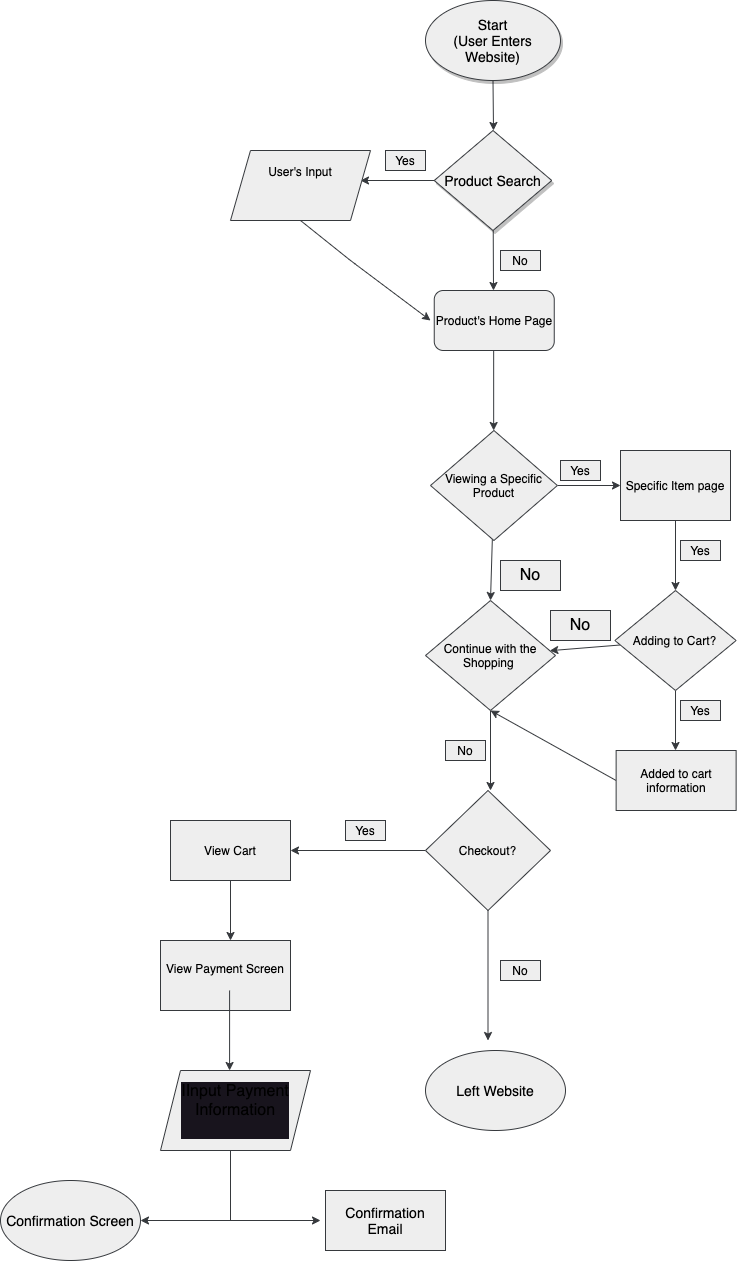
Before: explore/diagramming/diagram.drawio.png, a diagram exported from draw.io (namburiamit/sp23-cse110-lab4). Source tidied: cells renumbered, new cells last; positions are measured from the earlier drawing's top-left corner, leaving out a move shared by most shapes.
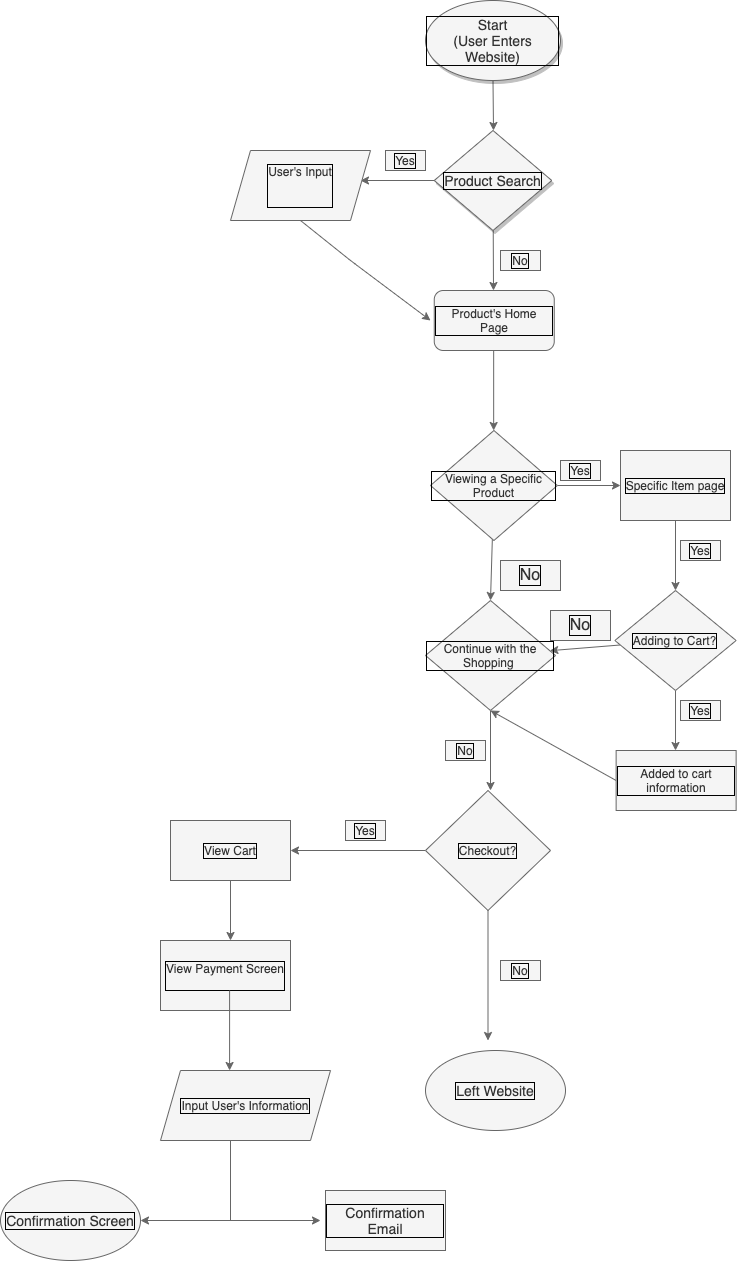
Later version of the same file.

The edit, as a diff of the source:
```diff
@@ -2,40 +2,40 @@
   <root>
     <mxCell id="0" />
     <mxCell id="1" parent="0" />
-    <mxCell id="2" style="edgeStyle=none;fontSize=14;fillColor=#eeeeee;strokeColor=#36393d;fontColor=#000000;" parent="1" edge="1" source="3">
+    <mxCell id="2" style="edgeStyle=none;fontSize=14;fillColor=#f5f5f5;strokeColor=#666666;fontColor=#000000;labelBorderColor=default;" parent="1" edge="1" source="3">
       <mxGeometry relative="1" as="geometry">
         <mxPoint x="493" y="130" as="targetPoint" />
       </mxGeometry>
     </mxCell>
-    <mxCell id="3" value="Start&#10;(User Enters Website)" style="ellipse;whiteSpace=wrap;shadow=1;fontSize=14;fillColor=#eeeeee;strokeColor=#36393d;fontColor=#000000;" parent="1" vertex="1">
+    <mxCell id="3" value="Start&#10;(User Enters Website)" style="ellipse;whiteSpace=wrap;shadow=1;fontSize=14;fillColor=#f5f5f5;strokeColor=#666666;fontColor=#333333;labelBorderColor=default;" parent="1" vertex="1">
       <mxGeometry x="425" width="135" height="80" as="geometry" />
     </mxCell>
-    <mxCell id="4" style="edgeStyle=none;fillColor=#eeeeee;strokeColor=#36393d;fontColor=#000000;" parent="1" edge="1" source="6">
+    <mxCell id="4" style="edgeStyle=none;fillColor=#f5f5f5;strokeColor=#666666;fontColor=#000000;labelBorderColor=default;" parent="1" edge="1" source="6">
       <mxGeometry relative="1" as="geometry">
         <mxPoint x="360" y="180" as="targetPoint" />
       </mxGeometry>
     </mxCell>
-    <mxCell id="5" style="edgeStyle=none;fontColor=#000000;fillColor=#eeeeee;strokeColor=#36393d;" parent="1" edge="1" source="6">
+    <mxCell id="5" style="edgeStyle=none;fontColor=#000000;fillColor=#f5f5f5;strokeColor=#666666;labelBorderColor=default;" parent="1" edge="1" source="6">
       <mxGeometry relative="1" as="geometry">
         <mxPoint x="493" y="290" as="targetPoint" />
       </mxGeometry>
     </mxCell>
-    <mxCell id="6" value="Product Search" style="rhombus;whiteSpace=wrap;shadow=1;fontSize=14;fillColor=#eeeeee;strokeColor=#36393d;fontColor=#000000;" parent="1" vertex="1">
+    <mxCell id="6" value="Product Search" style="rhombus;whiteSpace=wrap;shadow=1;fontSize=14;fillColor=#f5f5f5;strokeColor=#666666;fontColor=#333333;labelBorderColor=default;" parent="1" vertex="1">
       <mxGeometry x="433.8" y="130" width="117.5" height="100" as="geometry" />
     </mxCell>
-    <mxCell id="7" value="Yes" style="text;align=center;verticalAlign=middle;whiteSpace=wrap;rounded=0;fillColor=#eeeeee;strokeColor=#36393d;fontColor=#000000;" parent="1" vertex="1">
+    <mxCell id="7" value="Yes" style="text;align=center;verticalAlign=middle;whiteSpace=wrap;rounded=0;fillColor=#f5f5f5;strokeColor=#666666;fontColor=#333333;labelBorderColor=default;" parent="1" vertex="1">
       <mxGeometry x="385" y="150" width="40" height="20" as="geometry" />
     </mxCell>
-    <mxCell id="8" value="User's Input&#10;&#10;" style="shape=parallelogram;perimeter=parallelogramPerimeter;whiteSpace=wrap;fixedSize=1;fillColor=#eeeeee;strokeColor=#36393d;fontColor=#000000;" parent="1" vertex="1">
+    <mxCell id="8" value="User's Input&#10;&#10;" style="shape=parallelogram;perimeter=parallelogramPerimeter;whiteSpace=wrap;fixedSize=1;fillColor=#f5f5f5;strokeColor=#666666;fontColor=#333333;labelBorderColor=default;" parent="1" vertex="1">
       <mxGeometry x="230" y="150" width="140" height="70" as="geometry" />
     </mxCell>
-    <mxCell id="9" value="Product's Home Page" style="rounded=1;whiteSpace=wrap;fillColor=#eeeeee;strokeColor=#36393d;fontColor=#000000;" parent="1" vertex="1">
+    <mxCell id="9" value="Product's Home Page" style="rounded=1;whiteSpace=wrap;fillColor=#f5f5f5;strokeColor=#666666;fontColor=#333333;labelBorderColor=default;" parent="1" vertex="1">
       <mxGeometry x="433.8" y="290" width="120" height="60" as="geometry" />
     </mxCell>
-    <mxCell id="10" value="No" style="text;align=center;verticalAlign=middle;whiteSpace=wrap;rounded=0;fillColor=#eeeeee;strokeColor=#36393d;fontColor=#000000;" parent="1" vertex="1">
+    <mxCell id="10" value="No" style="text;align=center;verticalAlign=middle;whiteSpace=wrap;rounded=0;fillColor=#f5f5f5;strokeColor=#666666;fontColor=#333333;labelBorderColor=default;" parent="1" vertex="1">
       <mxGeometry x="500" y="250" width="40" height="20" as="geometry" />
     </mxCell>
-    <mxCell id="11" style="edgeStyle=none;exitX=0.5;exitY=1;exitDx=0;exitDy=0;fillColor=#eeeeee;strokeColor=#36393d;fontColor=#000000;" parent="1" edge="1" source="8">
+    <mxCell id="11" style="edgeStyle=none;exitX=0.5;exitY=1;exitDx=0;exitDy=0;fillColor=#f5f5f5;strokeColor=#666666;fontColor=#000000;labelBorderColor=default;" parent="1" edge="1" source="8">
       <mxGeometry relative="1" as="geometry">
         <mxPoint x="430" y="320" as="targetPoint" />
         <Array as="points">
@@ -43,138 +43,138 @@
         </Array>
       </mxGeometry>
     </mxCell>
-    <mxCell id="12" style="edgeStyle=none;fontColor=#000000;fillColor=#eeeeee;strokeColor=#36393d;" parent="1" edge="1">
+    <mxCell id="12" style="edgeStyle=none;fontColor=#000000;fillColor=#f5f5f5;strokeColor=#666666;labelBorderColor=default;" parent="1" edge="1">
       <mxGeometry relative="1" as="geometry">
         <mxPoint x="493.2" y="350" as="sourcePoint" />
         <mxPoint x="493.2" y="430" as="targetPoint" />
       </mxGeometry>
     </mxCell>
-    <mxCell id="13" style="edgeStyle=none;entryX=0;entryY=0.5;entryDx=0;entryDy=0;fontColor=#000000;fillColor=#eeeeee;strokeColor=#36393d;" parent="1" edge="1" source="15" target="17">
+    <mxCell id="13" style="edgeStyle=none;entryX=0;entryY=0.5;entryDx=0;entryDy=0;fontColor=#000000;fillColor=#f5f5f5;strokeColor=#666666;labelBorderColor=default;" parent="1" edge="1" source="15" target="17">
       <mxGeometry relative="1" as="geometry" />
     </mxCell>
-    <mxCell id="14" style="edgeStyle=none;entryX=0.5;entryY=0;entryDx=0;entryDy=0;fontColor=#000000;fillColor=#eeeeee;strokeColor=#36393d;" parent="1" edge="1" source="15" target="27">
+    <mxCell id="14" style="edgeStyle=none;entryX=0.5;entryY=0;entryDx=0;entryDy=0;fontColor=#000000;fillColor=#f5f5f5;strokeColor=#666666;labelBorderColor=default;" parent="1" edge="1" source="15" target="27">
       <mxGeometry relative="1" as="geometry" />
     </mxCell>
-    <mxCell id="15" value="Viewing a Specific Product" style="rhombus;whiteSpace=wrap;fillColor=#eeeeee;strokeColor=#36393d;fontColor=#000000;" parent="1" vertex="1">
+    <mxCell id="15" value="Viewing a Specific Product" style="rhombus;whiteSpace=wrap;fillColor=#f5f5f5;strokeColor=#666666;fontColor=#333333;labelBorderColor=default;" parent="1" vertex="1">
       <mxGeometry x="430" y="430" width="126.9" height="110" as="geometry" />
     </mxCell>
-    <mxCell id="16" style="edgeStyle=none;fontColor=#000000;fillColor=#eeeeee;strokeColor=#36393d;" parent="1" edge="1" source="17">
+    <mxCell id="16" style="edgeStyle=none;fontColor=#000000;fillColor=#f5f5f5;strokeColor=#666666;labelBorderColor=default;" parent="1" edge="1" source="17">
       <mxGeometry relative="1" as="geometry">
         <mxPoint x="675" y="590" as="targetPoint" />
       </mxGeometry>
     </mxCell>
-    <mxCell id="17" value="Specific Item page" style="whiteSpace=wrap;fillColor=#eeeeee;strokeColor=#36393d;fontColor=#000000;" parent="1" vertex="1">
+    <mxCell id="17" value="Specific Item page" style="whiteSpace=wrap;fillColor=#f5f5f5;strokeColor=#666666;fontColor=#333333;labelBorderColor=default;" parent="1" vertex="1">
       <mxGeometry x="620" y="450" width="110" height="70" as="geometry" />
     </mxCell>
-    <mxCell id="18" value="Yes" style="text;align=center;verticalAlign=middle;whiteSpace=wrap;rounded=0;fillColor=#eeeeee;strokeColor=#36393d;fontColor=#000000;" parent="1" vertex="1">
+    <mxCell id="18" value="Yes" style="text;align=center;verticalAlign=middle;whiteSpace=wrap;rounded=0;fillColor=#f5f5f5;strokeColor=#666666;fontColor=#333333;labelBorderColor=default;" parent="1" vertex="1">
       <mxGeometry x="560" y="460" width="40" height="20" as="geometry" />
     </mxCell>
-    <mxCell id="19" value="Yes" style="text;align=center;verticalAlign=middle;whiteSpace=wrap;rounded=0;fillColor=#eeeeee;strokeColor=#36393d;fontColor=#000000;" parent="1" vertex="1">
+    <mxCell id="19" value="Yes" style="text;align=center;verticalAlign=middle;whiteSpace=wrap;rounded=0;fillColor=#f5f5f5;strokeColor=#666666;fontColor=#333333;labelBorderColor=default;" parent="1" vertex="1">
       <mxGeometry x="680" y="540" width="40" height="20" as="geometry" />
     </mxCell>
-    <mxCell id="20" style="edgeStyle=none;fontColor=#000000;fillColor=#eeeeee;strokeColor=#36393d;" parent="1" edge="1" source="22">
+    <mxCell id="20" style="edgeStyle=none;fontColor=#000000;fillColor=#f5f5f5;strokeColor=#666666;labelBorderColor=default;" parent="1" edge="1" source="22">
       <mxGeometry relative="1" as="geometry">
         <mxPoint x="675" y="750" as="targetPoint" />
       </mxGeometry>
     </mxCell>
-    <mxCell id="21" style="edgeStyle=none;fontColor=#000000;fillColor=#eeeeee;strokeColor=#36393d;" parent="1" edge="1" source="22" target="27">
+    <mxCell id="21" style="edgeStyle=none;fontColor=#000000;fillColor=#f5f5f5;strokeColor=#666666;labelBorderColor=default;" parent="1" edge="1" source="22" target="27">
       <mxGeometry relative="1" as="geometry" />
     </mxCell>
-    <mxCell id="22" value="Adding to Cart?" style="rhombus;whiteSpace=wrap;fillColor=#eeeeee;strokeColor=#36393d;fontColor=#000000;" parent="1" vertex="1">
+    <mxCell id="22" value="Adding to Cart?" style="rhombus;whiteSpace=wrap;fillColor=#f5f5f5;strokeColor=#666666;fontColor=#333333;labelBorderColor=default;" parent="1" vertex="1">
       <mxGeometry x="614.4" y="590" width="121.2" height="100" as="geometry" />
     </mxCell>
-    <mxCell id="23" value="Yes" style="text;align=center;verticalAlign=middle;whiteSpace=wrap;rounded=0;fillColor=#eeeeee;strokeColor=#36393d;fontColor=#000000;" parent="1" vertex="1">
+    <mxCell id="23" value="Yes" style="text;align=center;verticalAlign=middle;whiteSpace=wrap;rounded=0;fillColor=#f5f5f5;strokeColor=#666666;fontColor=#333333;labelBorderColor=default;" parent="1" vertex="1">
       <mxGeometry x="680" y="700" width="40" height="20" as="geometry" />
     </mxCell>
-    <mxCell id="24" style="edgeStyle=none;exitX=0;exitY=0.5;exitDx=0;exitDy=0;entryX=0.5;entryY=1;entryDx=0;entryDy=0;fontColor=#000000;fillColor=#eeeeee;strokeColor=#36393d;" parent="1" edge="1" source="25" target="27">
+    <mxCell id="24" style="edgeStyle=none;exitX=0;exitY=0.5;exitDx=0;exitDy=0;entryX=0.5;entryY=1;entryDx=0;entryDy=0;fontColor=#000000;fillColor=#f5f5f5;strokeColor=#666666;labelBorderColor=default;" parent="1" edge="1" source="25" target="27">
       <mxGeometry relative="1" as="geometry" />
     </mxCell>
-    <mxCell id="25" value="Added to cart information" style="whiteSpace=wrap;fillColor=#eeeeee;strokeColor=#36393d;fontColor=#000000;" parent="1" vertex="1">
+    <mxCell id="25" value="Added to cart information" style="whiteSpace=wrap;fillColor=#f5f5f5;strokeColor=#666666;fontColor=#333333;labelBorderColor=default;" parent="1" vertex="1">
       <mxGeometry x="615.6" y="750" width="120" height="60" as="geometry" />
     </mxCell>
-    <mxCell id="26" style="edgeStyle=none;fontColor=#000000;fillColor=#eeeeee;strokeColor=#36393d;" parent="1" edge="1">
+    <mxCell id="26" style="edgeStyle=none;fontColor=#000000;fillColor=#f5f5f5;strokeColor=#666666;labelBorderColor=default;" parent="1" edge="1">
       <mxGeometry relative="1" as="geometry">
         <mxPoint x="490" y="710" as="sourcePoint" />
         <mxPoint x="490" y="790" as="targetPoint" />
       </mxGeometry>
     </mxCell>
-    <mxCell id="27" value="Continue with the Shopping " style="rhombus;whiteSpace=wrap;fillColor=#eeeeee;strokeColor=#36393d;fontColor=#000000;" parent="1" vertex="1">
+    <mxCell id="27" value="Continue with the Shopping " style="rhombus;whiteSpace=wrap;fillColor=#f5f5f5;strokeColor=#666666;fontColor=#333333;labelBorderColor=default;" parent="1" vertex="1">
       <mxGeometry x="425" y="600" width="130" height="110" as="geometry" />
     </mxCell>
-    <mxCell id="28" value="No" style="text;align=center;verticalAlign=middle;whiteSpace=wrap;rounded=0;fillColor=#eeeeee;strokeColor=#36393d;fontColor=#000000;" parent="1" vertex="1">
+    <mxCell id="28" value="No" style="text;align=center;verticalAlign=middle;whiteSpace=wrap;rounded=0;fillColor=#f5f5f5;strokeColor=#666666;fontColor=#333333;labelBorderColor=default;" parent="1" vertex="1">
       <mxGeometry x="445" y="740" width="40" height="20" as="geometry" />
     </mxCell>
-    <mxCell id="29" style="edgeStyle=none;fontColor=#000000;fillColor=#eeeeee;strokeColor=#36393d;" parent="1" edge="1" source="31">
+    <mxCell id="29" style="edgeStyle=none;fontColor=#000000;fillColor=#f5f5f5;strokeColor=#666666;labelBorderColor=default;" parent="1" edge="1" source="31">
       <mxGeometry relative="1" as="geometry">
         <mxPoint x="290" y="850" as="targetPoint" />
       </mxGeometry>
     </mxCell>
-    <mxCell id="30" style="edgeStyle=none;fontSize=16;fontColor=#000000;fillColor=#eeeeee;strokeColor=#36393d;" parent="1" edge="1" source="31">
+    <mxCell id="30" style="edgeStyle=none;fontSize=16;fontColor=#000000;fillColor=#f5f5f5;strokeColor=#666666;labelBorderColor=default;" parent="1" edge="1" source="31">
       <mxGeometry relative="1" as="geometry">
         <mxPoint x="487.5" y="1040" as="targetPoint" />
       </mxGeometry>
     </mxCell>
-    <mxCell id="31" value="Checkout?" style="rhombus;whiteSpace=wrap;fillColor=#eeeeee;strokeColor=#36393d;fontColor=#000000;" parent="1" vertex="1">
+    <mxCell id="31" value="Checkout?" style="rhombus;whiteSpace=wrap;fillColor=#f5f5f5;strokeColor=#666666;fontColor=#333333;labelBorderColor=default;" parent="1" vertex="1">
       <mxGeometry x="425" y="790" width="125" height="120" as="geometry" />
     </mxCell>
-    <mxCell id="32" value="Yes" style="text;align=center;verticalAlign=middle;whiteSpace=wrap;rounded=0;fillColor=#eeeeee;strokeColor=#36393d;fontColor=#000000;" parent="1" vertex="1">
+    <mxCell id="32" value="Yes" style="text;align=center;verticalAlign=middle;whiteSpace=wrap;rounded=0;fillColor=#f5f5f5;strokeColor=#666666;fontColor=#333333;labelBorderColor=default;" parent="1" vertex="1">
       <mxGeometry x="345" y="820" width="40" height="20" as="geometry" />
     </mxCell>
-    <mxCell id="33" style="edgeStyle=none;fontColor=#000000;fillColor=#eeeeee;strokeColor=#36393d;" parent="1" edge="1" source="34">
+    <mxCell id="33" style="edgeStyle=none;fontColor=#000000;fillColor=#f5f5f5;strokeColor=#666666;labelBorderColor=default;" parent="1" edge="1" source="34">
       <mxGeometry relative="1" as="geometry">
         <mxPoint x="230" y="940" as="targetPoint" />
       </mxGeometry>
     </mxCell>
-    <mxCell id="34" value="View Cart" style="whiteSpace=wrap;fillColor=#eeeeee;strokeColor=#36393d;fontColor=#000000;" parent="1" vertex="1">
+    <mxCell id="34" value="View Cart" style="whiteSpace=wrap;fillColor=#f5f5f5;strokeColor=#666666;fontColor=#333333;labelBorderColor=default;" parent="1" vertex="1">
       <mxGeometry x="170" y="820" width="120" height="60" as="geometry" />
     </mxCell>
-    <mxCell id="35" value="View Payment Screen&#10;" style="whiteSpace=wrap;fillColor=#eeeeee;strokeColor=#36393d;fontColor=#000000;" parent="1" vertex="1">
+    <mxCell id="35" value="View Payment Screen&#10;" style="whiteSpace=wrap;fillColor=#f5f5f5;strokeColor=#666666;fontColor=#333333;labelBorderColor=default;" parent="1" vertex="1">
       <mxGeometry x="160" y="940" width="130" height="70" as="geometry" />
     </mxCell>
-    <mxCell id="36" style="endArrow=none;fontSize=14;fontColor=#000000;exitX=0.5;exitY=1;exitDx=0;exitDy=0;fillColor=#eeeeee;strokeColor=#36393d;" parent="1" edge="1">
+    <mxCell id="36" style="endArrow=none;fontSize=14;fontColor=#000000;exitX=0.5;exitY=1;exitDx=0;exitDy=0;fillColor=#f5f5f5;strokeColor=#666666;labelBorderColor=default;" parent="1" edge="1">
       <mxGeometry relative="1" as="geometry">
         <mxPoint x="230" y="1140" as="sourcePoint" />
         <mxPoint x="230" y="1220" as="targetPoint" />
       </mxGeometry>
     </mxCell>
-    <mxCell id="37" style="edgeStyle=none;fontColor=#000000;fillColor=#eeeeee;strokeColor=#36393d;" parent="1" edge="1">
+    <mxCell id="37" style="edgeStyle=none;fontColor=#000000;fillColor=#f5f5f5;strokeColor=#666666;labelBorderColor=default;" parent="1" edge="1">
       <mxGeometry relative="1" as="geometry">
         <mxPoint x="229.1" y="990" as="sourcePoint" />
         <mxPoint x="229.1" y="1070" as="targetPoint" />
       </mxGeometry>
     </mxCell>
-    <mxCell id="38" style="edgeStyle=none;fontColor=#000000;fillColor=#eeeeee;strokeColor=#36393d;" parent="1" edge="1">
+    <mxCell id="38" style="edgeStyle=none;fontColor=#000000;fillColor=#f5f5f5;strokeColor=#666666;labelBorderColor=default;" parent="1" edge="1">
       <mxGeometry relative="1" as="geometry">
         <mxPoint x="229.1" y="1220" as="sourcePoint" />
         <mxPoint x="320" y="1220" as="targetPoint" />
       </mxGeometry>
     </mxCell>
-    <mxCell id="39" style="edgeStyle=none;fontColor=#000000;fillColor=#eeeeee;strokeColor=#36393d;" parent="1" edge="1">
+    <mxCell id="39" style="edgeStyle=none;fontColor=#000000;fillColor=#f5f5f5;strokeColor=#666666;labelBorderColor=default;" parent="1" edge="1">
       <mxGeometry relative="1" as="geometry">
         <mxPoint x="239.1" y="1220" as="sourcePoint" />
         <mxPoint x="140" y="1220" as="targetPoint" />
       </mxGeometry>
     </mxCell>
-    <mxCell id="40" value="Confirmation Email" style="whiteSpace=wrap;fontSize=14;fillColor=#eeeeee;strokeColor=#36393d;fontColor=#000000;" parent="1" vertex="1">
+    <mxCell id="40" value="Confirmation Email" style="whiteSpace=wrap;fontSize=14;fillColor=#f5f5f5;strokeColor=#666666;fontColor=#333333;labelBorderColor=default;" parent="1" vertex="1">
       <mxGeometry x="325" y="1190" width="120" height="60" as="geometry" />
     </mxCell>
-    <mxCell id="41" value="Confirmation Screen" style="ellipse;whiteSpace=wrap;fontSize=14;fillColor=#eeeeee;strokeColor=#36393d;fontColor=#000000;" parent="1" vertex="1">
+    <mxCell id="41" value="Confirmation Screen" style="ellipse;whiteSpace=wrap;fontSize=14;fillColor=#f5f5f5;strokeColor=#666666;fontColor=#333333;labelBorderColor=default;" parent="1" vertex="1">
       <mxGeometry y="1180" width="140" height="80" as="geometry" />
     </mxCell>
-    <mxCell id="42" value="No" style="text;align=center;verticalAlign=middle;whiteSpace=wrap;rounded=0;fillColor=#eeeeee;strokeColor=#36393d;fontColor=#000000;" parent="1" vertex="1">
+    <mxCell id="42" value="No" style="text;align=center;verticalAlign=middle;whiteSpace=wrap;rounded=0;fillColor=#f5f5f5;strokeColor=#666666;fontColor=#333333;labelBorderColor=default;" parent="1" vertex="1">
       <mxGeometry x="500" y="960" width="40" height="20" as="geometry" />
     </mxCell>
-    <mxCell id="43" value="Left Website" style="ellipse;whiteSpace=wrap;fontSize=14;fillColor=#eeeeee;strokeColor=#36393d;fontColor=#000000;" parent="1" vertex="1">
+    <mxCell id="43" value="Left Website" style="ellipse;whiteSpace=wrap;fontSize=14;fillColor=#f5f5f5;strokeColor=#666666;fontColor=#333333;labelBorderColor=default;" parent="1" vertex="1">
       <mxGeometry x="425" y="1050" width="140" height="80" as="geometry" />
     </mxCell>
-    <mxCell id="44" value="No" style="text;align=center;verticalAlign=middle;whiteSpace=wrap;rounded=0;fontSize=16;fillColor=#eeeeee;strokeColor=#36393d;fontColor=#000000;" parent="1" vertex="1">
+    <mxCell id="44" value="No" style="text;align=center;verticalAlign=middle;whiteSpace=wrap;rounded=0;fontSize=16;fillColor=#f5f5f5;strokeColor=#666666;fontColor=#333333;labelBorderColor=default;" parent="1" vertex="1">
       <mxGeometry x="500" y="560" width="60" height="30" as="geometry" />
     </mxCell>
-    <mxCell id="45" value="No" style="text;align=center;verticalAlign=middle;whiteSpace=wrap;rounded=0;fontSize=16;fillColor=#eeeeee;strokeColor=#36393d;fontColor=#000000;" parent="1" vertex="1">
+    <mxCell id="45" value="No" style="text;align=center;verticalAlign=middle;whiteSpace=wrap;rounded=0;fontSize=16;fillColor=#f5f5f5;strokeColor=#666666;fontColor=#333333;labelBorderColor=default;" parent="1" vertex="1">
       <mxGeometry x="550" y="610" width="60" height="30" as="geometry" />
     </mxCell>
-    <mxCell id="46" value="IInput Payment&#10;Information&#10;" style="shape=parallelogram;perimeter=parallelogramPerimeter;whiteSpace=wrap;fixedSize=1;labelBackgroundColor=#18141D;fontSize=16;fillColor=#eeeeee;strokeColor=#36393d;fontColor=#000000;" parent="1" vertex="1">
-      <mxGeometry x="160" y="1070" width="150" height="80" as="geometry" />
-    </mxCell>
+    <mxCell id="47" value="Input User's Information" style="shape=parallelogram;perimeter=parallelogramPerimeter;whiteSpace=wrap;html=1;fixedSize=1;fillColor=#f5f5f5;strokeColor=#666666;fontColor=#333333;labelBorderColor=default;" parent="1" vertex="1">
+      <mxGeometry x="160" y="1070" width="170" height="70" as="geometry" />
+    </mxCell>
   </root>
 </mxGraphModel>
```
